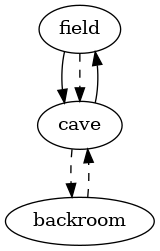
PhantomKilo/c_text_adventure keeps this Graphviz diagram as map.png. Above is the earlier version. Its source is kept beside it as map.gv.
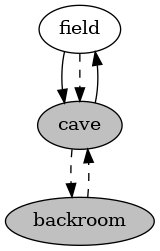
Later version of the same file.

The edit, as a diff of the source:
```diff
@@ -1,7 +1,11 @@
 digraph map {
+	node [style=filled]
 	field -> cave
 	field -> cave [style=dashed]
 	cave -> field
 	cave -> backroom [style=dashed]
 	backroom -> cave [style=dashed]
+	backroom [fillcolor=grey]
+	field [fillcolor=white]
+	cave [fillcolor=grey]
 }
```
